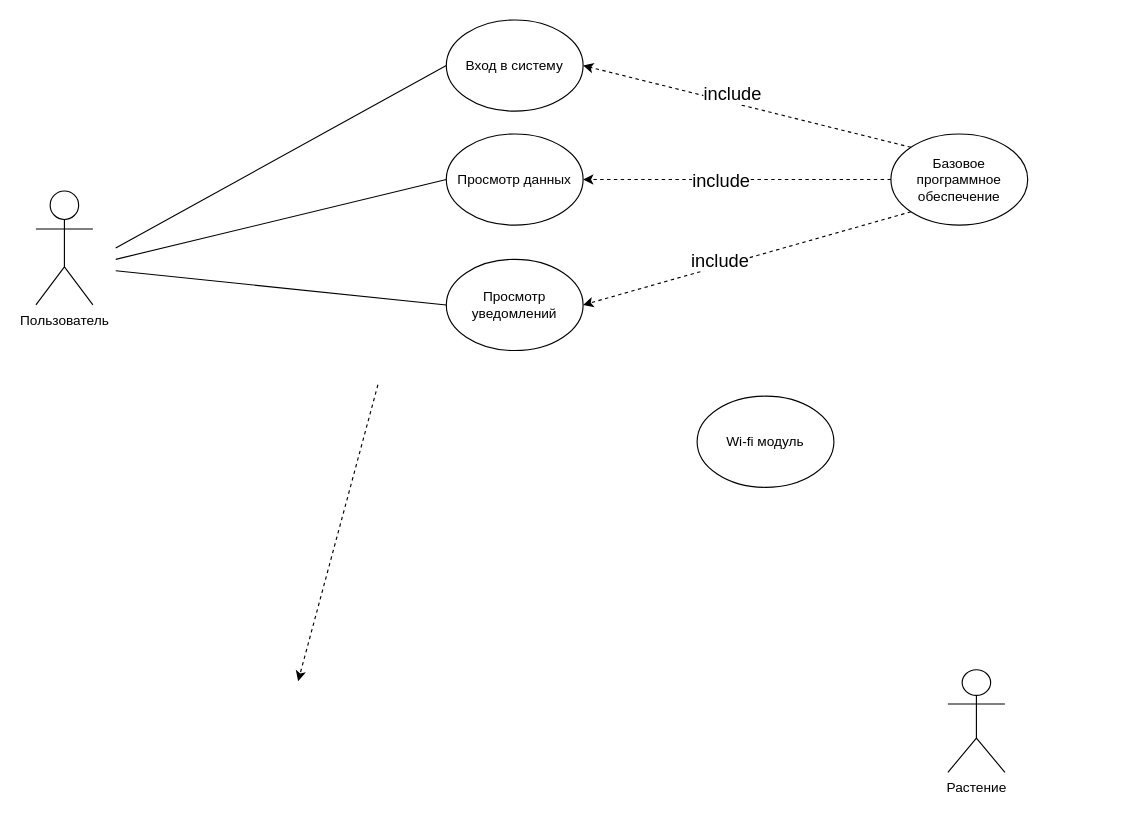
Before: растение.drawio in Merfarion/Diagrams-and-schemes, a draw.io diagram. Source tidied: cells renumbered, new cells numbered last; positions are measured from the earlier drawing's top-left corner, leaving out a move shared by most shapes. Both pictures are drawn from the tidied source at 114%, with x=0, y=0 at pixel (35, 19).
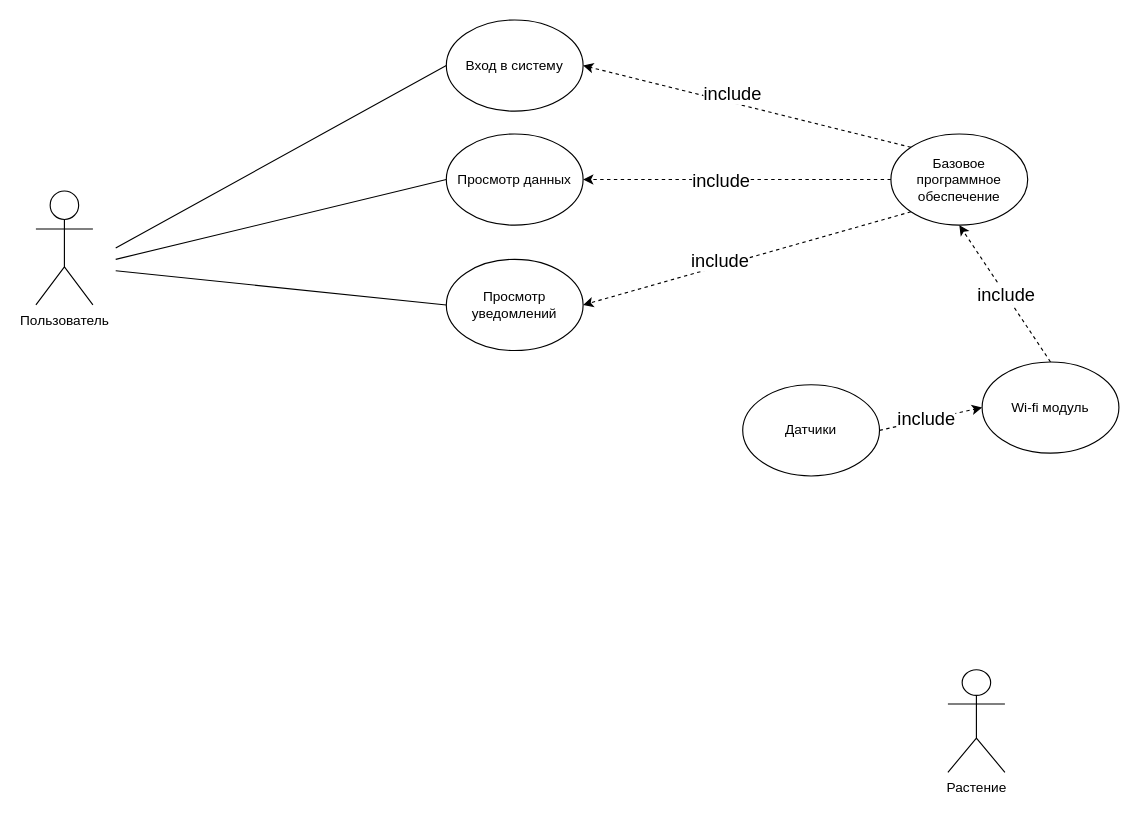
The same page after the edit.

The change refers to these unchanged cells:
```xml
<mxCell id="11" value="Базовое программное обеспечение" style="ellipse;whiteSpace=wrap;html=1;" parent="1" vertex="1">
  <mxGeometry x="750" y="100" width="120" height="80" as="geometry" />
</mxCell>
```

The edit, as a diff of the source:
```diff
@@
     <mxCell id="8" value="Wi-fi модуль" style="ellipse;whiteSpace=wrap;html=1;" parent="1" vertex="1">
-      <mxGeometry x="580" y="330" width="120" height="80" as="geometry" />
+      <mxGeometry x="830" y="300" width="120" height="80" as="geometry" />
     </mxCell>
@@
-    <mxCell id="18" style="endArrow=classic;html=1;dashed=1;" parent="1" edge="1">
-      <mxGeometry relative="1" as="geometry">
-        <mxPoint x="300" y="320" as="sourcePoint" />
-        <mxPoint x="230" y="580" as="targetPoint" />
-      </mxGeometry>
+    <mxCell id="18" style="endArrow=classic;html=1;dashed=1;entryX=0.5;entryY=1;entryDx=0;entryDy=0;exitX=0.5;exitY=0;exitDx=0;exitDy=0;" parent="1" edge="1" source="8" target="11">
+      <mxGeometry relative="1" as="geometry" />
     </mxCell>
+    <mxCell id="19" value="&lt;span style=&quot;font-size: 16px&quot;&gt;include&lt;/span&gt;" style="edgeLabel;html=1;align=center;verticalAlign=middle;" parent="18" vertex="1">
+      <mxGeometry x="0.39" y="-3" relative="1" as="geometry">
+        <mxPoint x="13" y="25" as="offset" />
+      </mxGeometry>
+    </mxCell>
+    <mxCell id="20" value="Датчики" style="ellipse;whiteSpace=wrap;html=1;" parent="1" vertex="1">
+      <mxGeometry x="620" y="320" width="120" height="80" as="geometry" />
+    </mxCell>
+    <mxCell id="21" style="endArrow=classic;html=1;dashed=1;entryX=0;entryY=0.5;entryDx=0;entryDy=0;exitX=1;exitY=0.5;exitDx=0;exitDy=0;" parent="1" edge="1" source="20" target="8">
+      <mxGeometry relative="1" as="geometry" />
+    </mxCell>
+    <mxCell id="22" value="&lt;span style=&quot;font-size: 16px&quot;&gt;include&lt;/span&gt;" style="edgeLabel;html=1;align=center;verticalAlign=middle;" parent="21" vertex="1">
+      <mxGeometry x="-0.49" y="-1" relative="1" as="geometry">
+        <mxPoint x="17" y="-6" as="offset" />
+      </mxGeometry>
+    </mxCell>
```
